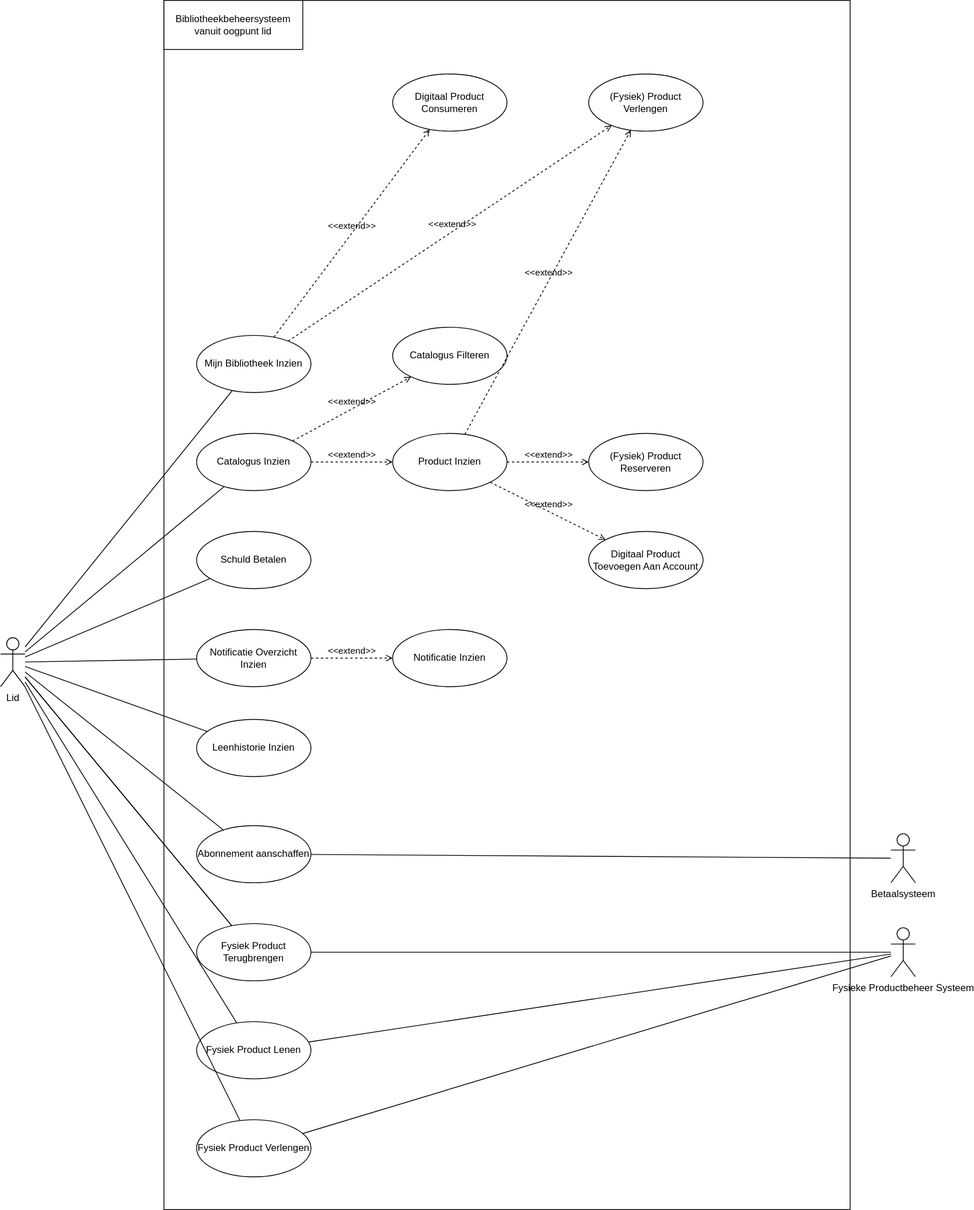
This is documents/usecases/diagrams/lid-usecase-diagram.drawio.svg from pieter-groenendijk/oose-library-management-system, a draw.io export, as it was before one commit. Source tidied: cells renumbered, new cells last; positions are measured from the earlier drawing's top-left corner, leaving out a move shared by most shapes.
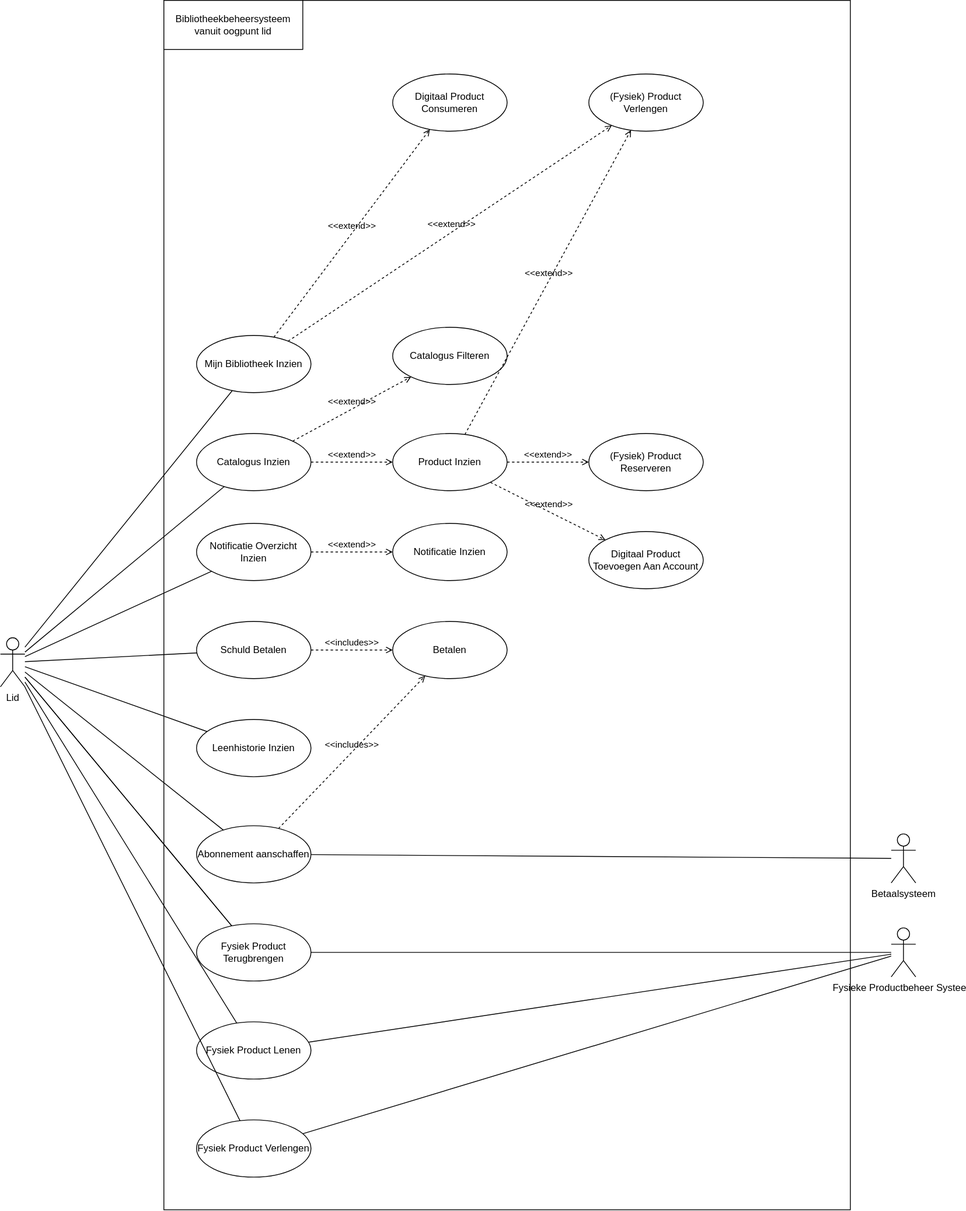
After the commit.

Commit message:
Extracted common payment behaviour to it's own usecase 'betalen'

Diff of the diagram source:
```diff
@@ -21,7 +21,7 @@
       <mxGeometry x="240" y="1130" width="140" height="70" as="geometry" />
     </mxCell>
     <mxCell id="8" value="Schuld Betalen" style="ellipse;whiteSpace=wrap;html=1;" parent="1" vertex="1">
-      <mxGeometry x="240" y="650" width="140" height="70" as="geometry" />
+      <mxGeometry x="240" y="760" width="140" height="70" as="geometry" />
     </mxCell>
     <mxCell id="9" style="endArrow=none;html=1;rounded=0;" parent="1" edge="1" source="4" target="8">
       <mxGeometry relative="1" as="geometry" />
@@ -63,7 +63,7 @@
       <mxGeometry x="240" y="410" width="140" height="70" as="geometry" />
     </mxCell>
     <mxCell id="22" value="Notificatie Overzicht Inzien" style="ellipse;whiteSpace=wrap;html=1;" parent="1" vertex="1">
-      <mxGeometry x="240" y="770" width="140" height="70" as="geometry" />
+      <mxGeometry x="240" y="640" width="140" height="70" as="geometry" />
     </mxCell>
     <mxCell id="23" style="endArrow=none;html=1;rounded=0;" parent="1" edge="1" source="4" target="21">
       <mxGeometry relative="1" as="geometry" />
@@ -93,7 +93,7 @@
       <mxGeometry relative="1" as="geometry" />
     </mxCell>
     <mxCell id="32" value="Notificatie Inzien" style="ellipse;whiteSpace=wrap;html=1;" parent="1" vertex="1">
-      <mxGeometry x="480" y="770" width="140" height="70" as="geometry" />
+      <mxGeometry x="480" y="640" width="140" height="70" as="geometry" />
     </mxCell>
     <mxCell id="33" value="&amp;lt;&amp;lt;extend&amp;gt;&amp;gt;" style="html=1;verticalAlign=bottom;labelBackgroundColor=none;endArrow=open;endFill=0;dashed=1;rounded=0;" parent="1" edge="1" source="22" target="32">
       <mxGeometry relative="1" as="geometry" />
@@ -131,5 +131,14 @@
     <mxCell id="44" value="Bibliotheekbeheersysteem vanuit oogpunt lid" style="rounded=0;whiteSpace=wrap;html=1;" parent="1" vertex="1">
       <mxGeometry x="200" width="170" height="60" as="geometry" />
     </mxCell>
+    <mxCell id="45" value="Betalen" style="ellipse;whiteSpace=wrap;html=1;" parent="1" vertex="1">
+      <mxGeometry x="480" y="760" width="140" height="70" as="geometry" />
+    </mxCell>
+    <mxCell id="46" value="&amp;lt;&amp;lt;includes&amp;gt;&amp;gt;" style="html=1;verticalAlign=bottom;labelBackgroundColor=none;endArrow=open;endFill=0;dashed=1;rounded=0;" parent="1" edge="1" source="8" target="45">
+      <mxGeometry relative="1" as="geometry" />
+    </mxCell>
+    <mxCell id="47" value="&amp;lt;&amp;lt;includes&amp;gt;&amp;gt;" style="html=1;verticalAlign=bottom;labelBackgroundColor=none;endArrow=open;endFill=0;dashed=1;rounded=0;" parent="1" edge="1" source="39" target="45">
+      <mxGeometry relative="1" as="geometry" />
+    </mxCell>
   </root>
 </mxGraphModel>
```
